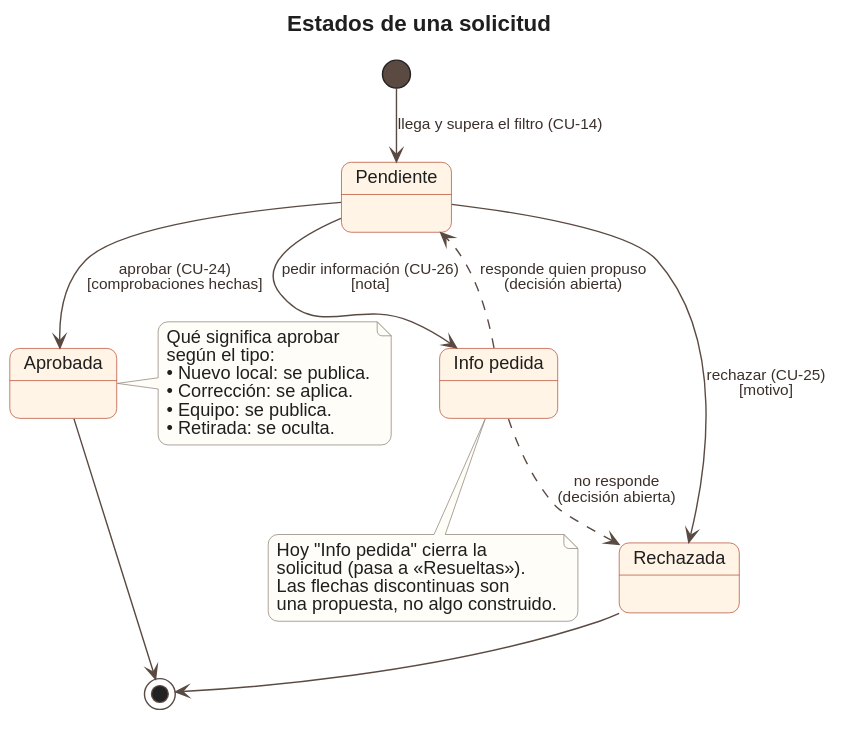
This is docs/modelado/07-estados-solicitud.svg from marlonbdez/heart-eats, a PlantUML export, as it was before one commit.
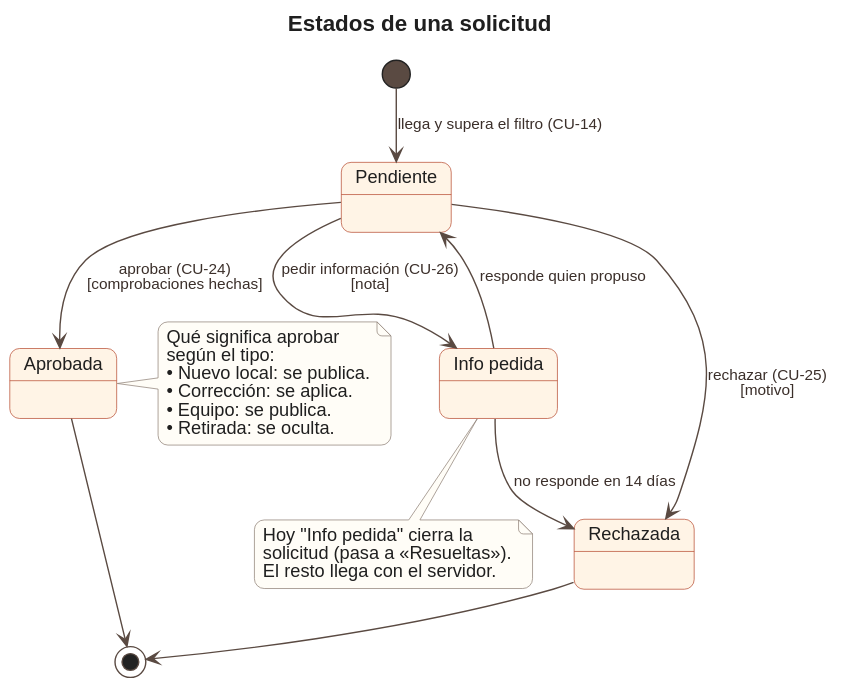
The same diagram one commit later.

Diff of the diagram source:
```diff
@@ -11,8 +11,8 @@
 P --> A : aprobar (CU-24)\n[comprobaciones hechas]
 P --> R : rechazar (CU-25)\n[motivo]
 P --> I : pedir información (CU-26)\n[nota]
-I -[dashed]-> P : responde quien propuso\n(decisión abierta)
-I -[dashed]-> R : no responde\n(decisión abierta)
+I --> P : responde quien propuso
+I --> R : no responde en 14 días
 A --> [*]
 R --> [*]
 
@@ -28,7 +28,6 @@
 note bottom of I
   Hoy "Info pedida" cierra la
   solicitud (pasa a «Resueltas»).
-  Las flechas discontinuas son
-  una propuesta, no algo construido.
+  El resto llega con el servidor.
 end note
 @enduml
```
